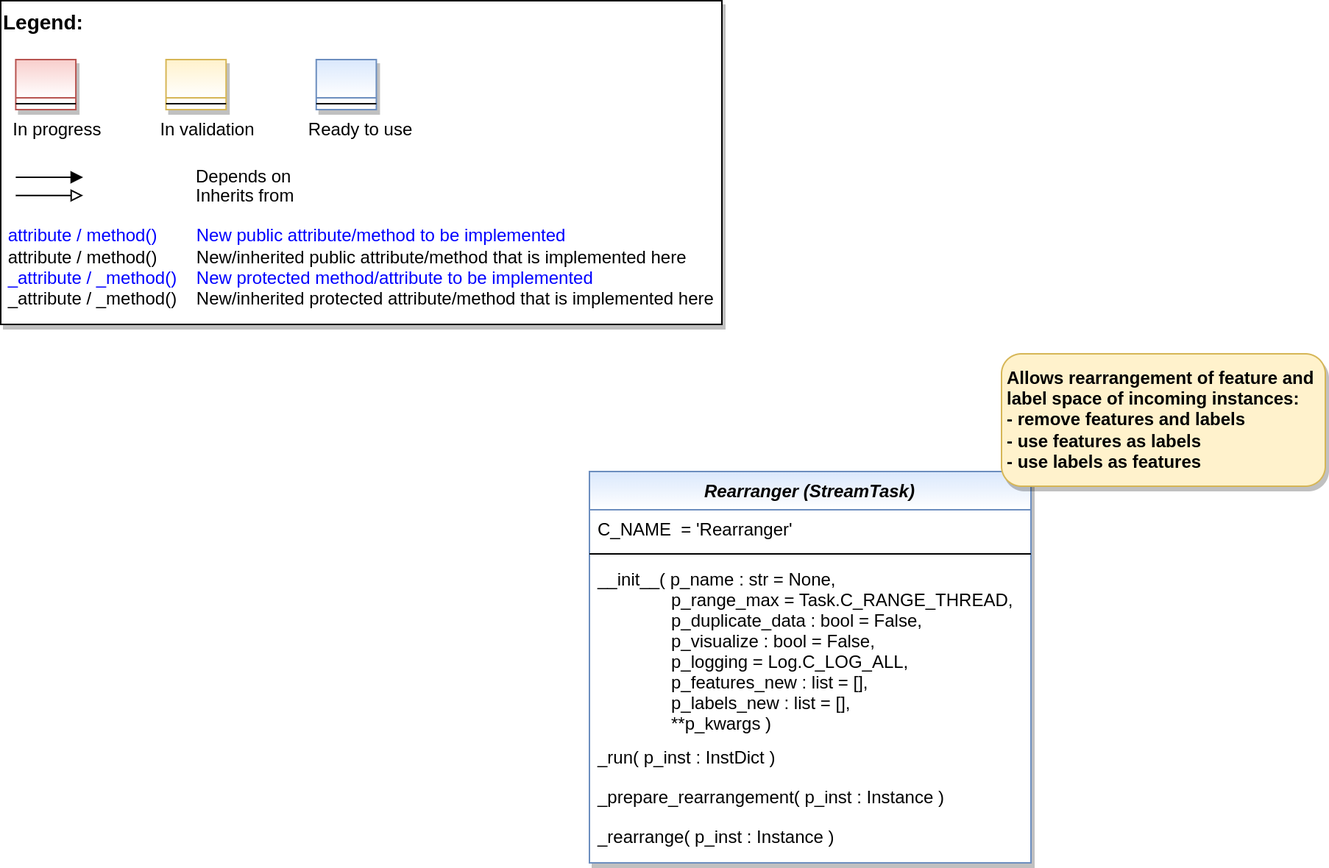
fhswf/MLPro keeps this draw.io diagram as doc/rtd/content/99_appendices/appendix2/sub/mlpro_bf/layer3_application_support/bf_streams_pool/tasks/images/MLPro-BF-Streams-Tasks-Rearranger_class_diagram.drawio.png. Above is the earlier version. Source tidied: cells renumbered, new cells last; positions are measured from the earlier drawing's top-left corner, leaving out a move shared by most shapes. Source of this version:
```xml
<mxGraphModel>
  <root>
    <mxCell id="0" />
    <mxCell id="1" parent="0" />
    <mxCell id="2" style="group;" parent="1" vertex="1">
      <mxGeometry width="490" height="220" as="geometry" />
    </mxCell>
    <mxCell id="3" value="&lt;font color=&quot;#000000&quot; size=&quot;1&quot;&gt;&lt;b style=&quot;font-size: 14px&quot;&gt;Legend:&lt;br&gt;&lt;/b&gt;&lt;/font&gt;&lt;br&gt;&lt;br&gt;&lt;br&gt;&lt;font color=&quot;#0000ff&quot; style=&quot;font-size: 6px&quot;&gt;&lt;br&gt;&lt;/font&gt;&lt;span style=&quot;color: rgb(0 , 0 , 0)&quot;&gt;&lt;font style=&quot;font-size: 4px&quot;&gt;&amp;nbsp; &amp;nbsp;&lt;/font&gt;&amp;nbsp;In progress&amp;nbsp; &amp;nbsp; &amp;nbsp; &amp;nbsp; &amp;nbsp; &amp;nbsp; In validation&amp;nbsp; &amp;nbsp; &amp;nbsp; &amp;nbsp; &amp;nbsp; &amp;nbsp;Ready to use&lt;/span&gt;&lt;font color=&quot;#000000&quot;&gt;&amp;nbsp;&lt;br&gt;&lt;/font&gt;&lt;font color=&quot;#0000ff&quot;&gt;&lt;br&gt;&lt;br&gt;&lt;br&gt;&lt;br&gt;&amp;nbsp;attribute / method()&amp;nbsp; &amp;nbsp; &amp;nbsp; &amp;nbsp; New public attribute/method to be implemented&lt;/font&gt;&lt;br&gt;&lt;font color=&quot;#000000&quot;&gt;&amp;nbsp;&lt;/font&gt;&lt;font color=&quot;#000000&quot;&gt;attribute / method()&lt;span&gt; &lt;/span&gt;&amp;nbsp; &amp;nbsp; &amp;nbsp; &amp;nbsp;New/inherited public attribute/method that is implemented here&lt;br&gt;&lt;/font&gt;&lt;font color=&quot;#0000ff&quot;&gt;&amp;nbsp;_attribute /&amp;nbsp;&lt;/font&gt;&lt;font color=&quot;#0000ff&quot;&gt;_method()&amp;nbsp; &amp;nbsp; New protected method/attribute to be implemented&lt;/font&gt;&lt;br&gt;&lt;font color=&quot;#000000&quot;&gt;&amp;nbsp;_attribute / _method()&amp;nbsp; &amp;nbsp; New/inherited protected attribute/method that is implemented here&lt;br&gt;&lt;/font&gt;&lt;font color=&quot;#000000&quot;&gt;&lt;br&gt;&lt;br&gt;&lt;br&gt;&lt;br&gt;&lt;br&gt;&lt;/font&gt;" style="text;html=1;align=left;verticalAlign=top;whiteSpace=wrap;rounded=0;fontColor=#006600;strokeColor=#000000;shadow=1;fillColor=#ffffff;" parent="2" vertex="1">
      <mxGeometry width="490" height="220" as="geometry" />
    </mxCell>
    <mxCell id="4" value="Depends on" style="endArrow=block;html=1;labelPosition=right;verticalLabelPosition=middle;align=left;verticalAlign=middle;endFill=1;fontSize=12;" parent="2" edge="1">
      <mxGeometry x="-1623.1" y="-2180" as="geometry">
        <mxPoint x="10.2" y="120" as="sourcePoint" />
        <mxPoint x="56" y="120" as="targetPoint" />
        <Array as="points">
          <mxPoint x="30.6" y="120" />
        </Array>
        <mxPoint x="98" as="offset" />
      </mxGeometry>
    </mxCell>
    <mxCell id="5" value="Inherits from" style="endArrow=block;html=1;labelPosition=right;verticalLabelPosition=middle;align=left;verticalAlign=middle;endFill=0;fontSize=12;" parent="2" edge="1">
      <mxGeometry x="-1623.1" y="-2180" as="geometry">
        <mxPoint x="10.2" y="132.4" as="sourcePoint" />
        <mxPoint x="56" y="132.4" as="targetPoint" />
        <mxPoint x="98" y="1" as="offset" />
      </mxGeometry>
    </mxCell>
    <mxCell id="6" style="swimlane;fontStyle=3;align=center;verticalAlign=top;horizontal=1;startSize=26;rounded=0;shadow=1;strokeWidth=1;fillColor=#f8cecc;strokeColor=#b85450;gradientColor=#ffffff;swimlaneFillColor=#ffffff;" parent="2" vertex="1">
      <mxGeometry x="10.2" y="40" width="40.8" height="34" as="geometry" />
    </mxCell>
    <mxCell id="7" style="line;html=1;strokeWidth=1;align=left;verticalAlign=middle;spacingTop=-1;spacingLeft=3;spacingRight=3;labelPosition=right;" parent="6" vertex="1">
      <mxGeometry y="26" width="40.8" height="8" as="geometry" />
    </mxCell>
    <mxCell id="8" style="swimlane;fontStyle=3;align=center;verticalAlign=top;horizontal=1;startSize=26;rounded=0;shadow=1;strokeWidth=1;fillColor=#fff2cc;strokeColor=#d6b656;gradientColor=#ffffff;swimlaneFillColor=#ffffff;" parent="2" vertex="1">
      <mxGeometry x="112.3" y="40" width="40.8" height="34" as="geometry" />
    </mxCell>
    <mxCell id="9" style="line;html=1;strokeWidth=1;align=left;verticalAlign=middle;spacingTop=-1;spacingLeft=3;spacingRight=3;labelPosition=right;" parent="8" vertex="1">
      <mxGeometry y="26" width="40.8" height="8" as="geometry" />
    </mxCell>
    <mxCell id="10" style="swimlane;fontStyle=3;align=center;verticalAlign=top;horizontal=1;startSize=26;rounded=0;shadow=1;strokeWidth=1;fillColor=#dae8fc;strokeColor=#6c8ebf;gradientColor=#ffffff;swimlaneFillColor=#ffffff;" parent="2" vertex="1">
      <mxGeometry x="214.4" y="40" width="40.8" height="34" as="geometry" />
    </mxCell>
    <mxCell id="11" style="line;html=1;strokeWidth=1;align=left;verticalAlign=middle;spacingTop=-1;spacingLeft=3;spacingRight=3;labelPosition=right;" parent="10" vertex="1">
      <mxGeometry y="26" width="40.8" height="8" as="geometry" />
    </mxCell>
    <mxCell id="12" value="Rearranger (StreamTask)" style="swimlane;fontStyle=3;align=center;verticalAlign=top;horizontal=1;startSize=26;rounded=0;shadow=1;strokeWidth=1;swimlaneFillColor=#ffffff;fillColor=#dae8fc;strokeColor=#6c8ebf;gradientColor=#FFFFFF;" parent="1" vertex="1">
      <mxGeometry x="400" y="320" width="300" height="266" as="geometry" />
    </mxCell>
    <mxCell id="13" value="C_NAME  = 'Rearranger'" style="text;align=left;verticalAlign=top;spacingLeft=4;spacingRight=4;overflow=hidden;" parent="12" vertex="1">
      <mxGeometry y="26" width="300" height="26" as="geometry" />
    </mxCell>
    <mxCell id="14" style="line;html=1;strokeWidth=1;align=left;verticalAlign=middle;spacingTop=-1;spacingLeft=3;spacingRight=3;labelPosition=right;" parent="12" vertex="1">
      <mxGeometry y="52" width="300" height="8" as="geometry" />
    </mxCell>
    <mxCell id="15" value="__init__( p_name : str = None,&#10;               p_range_max = Task.C_RANGE_THREAD,&#10;               p_duplicate_data : bool = False,&#10;               p_visualize : bool = False,&#10;               p_logging = Log.C_LOG_ALL,&#10;               p_features_new : list = [],&#10;               p_labels_new : list = [],&#10;               **p_kwargs )" style="text;align=left;verticalAlign=top;spacingLeft=4;spacingRight=4;overflow=hidden;fontColor=default;" parent="12" vertex="1">
      <mxGeometry y="60" width="300" height="121" as="geometry" />
    </mxCell>
    <mxCell id="16" value="_run( p_inst : InstDict )" style="text;align=left;verticalAlign=top;spacingLeft=4;spacingRight=4;overflow=hidden;fontColor=default;" parent="12" vertex="1">
      <mxGeometry y="181" width="300" height="27" as="geometry" />
    </mxCell>
    <mxCell id="17" value="_prepare_rearrangement( p_inst : Instance )" style="text;align=left;verticalAlign=top;spacingLeft=4;spacingRight=4;overflow=hidden;fontColor=default;" parent="12" vertex="1">
      <mxGeometry y="208" width="300" height="27" as="geometry" />
    </mxCell>
    <mxCell id="18" value="_rearrange( p_inst : Instance )" style="text;align=left;verticalAlign=top;spacingLeft=4;spacingRight=4;overflow=hidden;fontColor=default;" parent="12" vertex="1">
      <mxGeometry y="235" width="300" height="26" as="geometry" />
    </mxCell>
    <mxCell id="19" value="&lt;b&gt;Allows rearrangement of feature and label space of incoming instances:&lt;br&gt;- remove features and labels&lt;br&gt;- use features as labels&amp;nbsp;&lt;br&gt;- use labels as features&lt;br&gt;&lt;/b&gt;" style="rounded=1;whiteSpace=wrap;html=1;align=left;spacingLeft=2;verticalAlign=middle;fillColor=#fff2cc;strokeColor=#d6b656;gradientColor=none;shadow=1;" parent="1" vertex="1">
      <mxGeometry x="680" y="240" width="220" height="90" as="geometry" />
    </mxCell>
  </root>
</mxGraphModel>
```
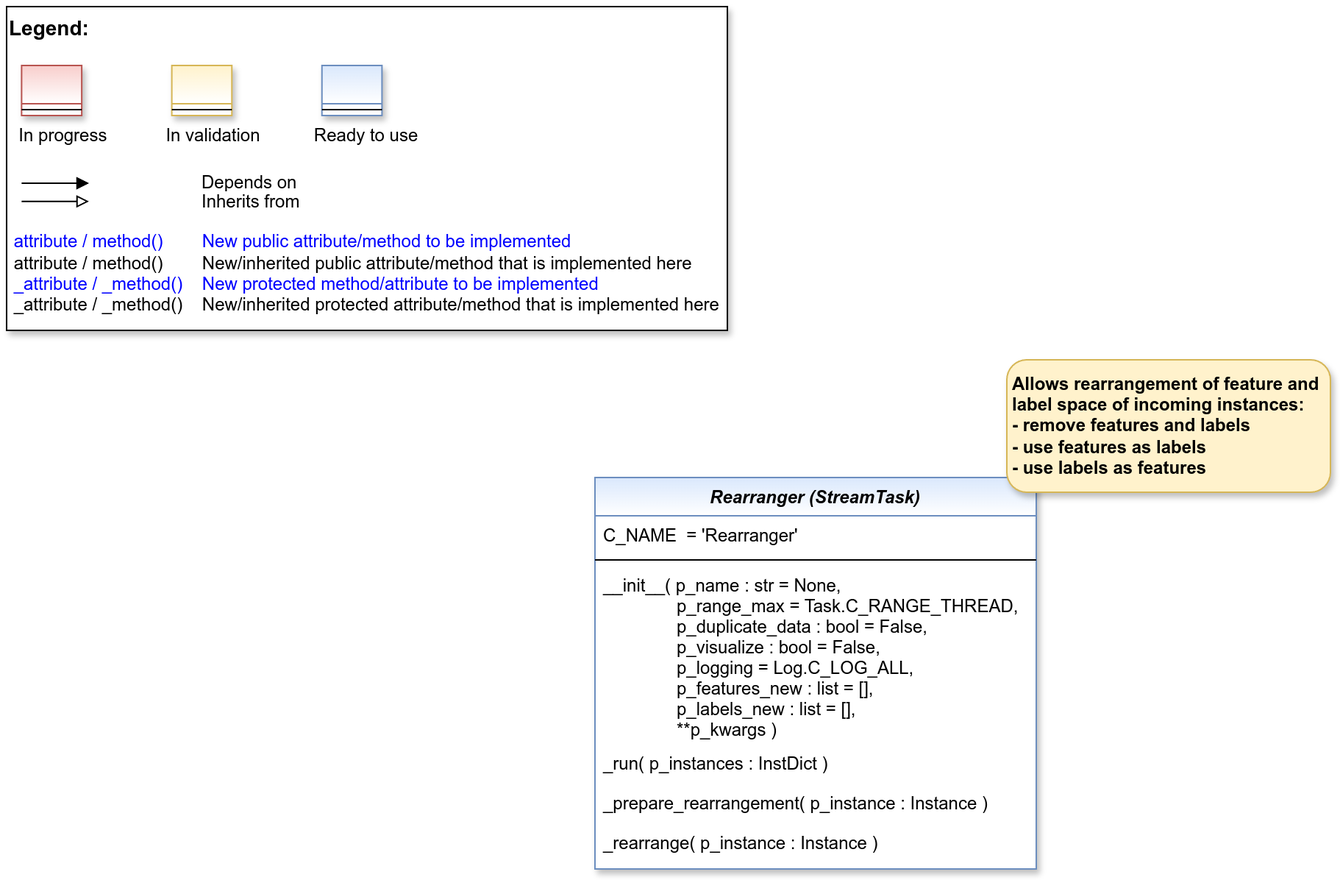
After the commit.

Change to the diagram source:
```diff
@@ -55,13 +55,13 @@
     <mxCell id="15" value="__init__( p_name : str = None,&#10;               p_range_max = Task.C_RANGE_THREAD,&#10;               p_duplicate_data : bool = False,&#10;               p_visualize : bool = False,&#10;               p_logging = Log.C_LOG_ALL,&#10;               p_features_new : list = [],&#10;               p_labels_new : list = [],&#10;               **p_kwargs )" style="text;align=left;verticalAlign=top;spacingLeft=4;spacingRight=4;overflow=hidden;fontColor=default;" parent="12" vertex="1">
       <mxGeometry y="60" width="300" height="121" as="geometry" />
     </mxCell>
-    <mxCell id="16" value="_run( p_inst : InstDict )" style="text;align=left;verticalAlign=top;spacingLeft=4;spacingRight=4;overflow=hidden;fontColor=default;" parent="12" vertex="1">
+    <mxCell id="16" value="_run( p_instances : InstDict )" style="text;align=left;verticalAlign=top;spacingLeft=4;spacingRight=4;overflow=hidden;fontColor=default;" parent="12" vertex="1">
       <mxGeometry y="181" width="300" height="27" as="geometry" />
     </mxCell>
-    <mxCell id="17" value="_prepare_rearrangement( p_inst : Instance )" style="text;align=left;verticalAlign=top;spacingLeft=4;spacingRight=4;overflow=hidden;fontColor=default;" parent="12" vertex="1">
+    <mxCell id="17" value="_prepare_rearrangement( p_instance : Instance )" style="text;align=left;verticalAlign=top;spacingLeft=4;spacingRight=4;overflow=hidden;fontColor=default;" parent="12" vertex="1">
       <mxGeometry y="208" width="300" height="27" as="geometry" />
     </mxCell>
-    <mxCell id="18" value="_rearrange( p_inst : Instance )" style="text;align=left;verticalAlign=top;spacingLeft=4;spacingRight=4;overflow=hidden;fontColor=default;" parent="12" vertex="1">
+    <mxCell id="18" value="_rearrange( p_instance : Instance )" style="text;align=left;verticalAlign=top;spacingLeft=4;spacingRight=4;overflow=hidden;fontColor=default;" parent="12" vertex="1">
       <mxGeometry y="235" width="300" height="26" as="geometry" />
     </mxCell>
     <mxCell id="19" value="&lt;b&gt;Allows rearrangement of feature and label space of incoming instances:&lt;br&gt;- remove features and labels&lt;br&gt;- use features as labels&amp;nbsp;&lt;br&gt;- use labels as features&lt;br&gt;&lt;/b&gt;" style="rounded=1;whiteSpace=wrap;html=1;align=left;spacingLeft=2;verticalAlign=middle;fillColor=#fff2cc;strokeColor=#d6b656;gradientColor=none;shadow=1;" parent="1" vertex="1">
```
